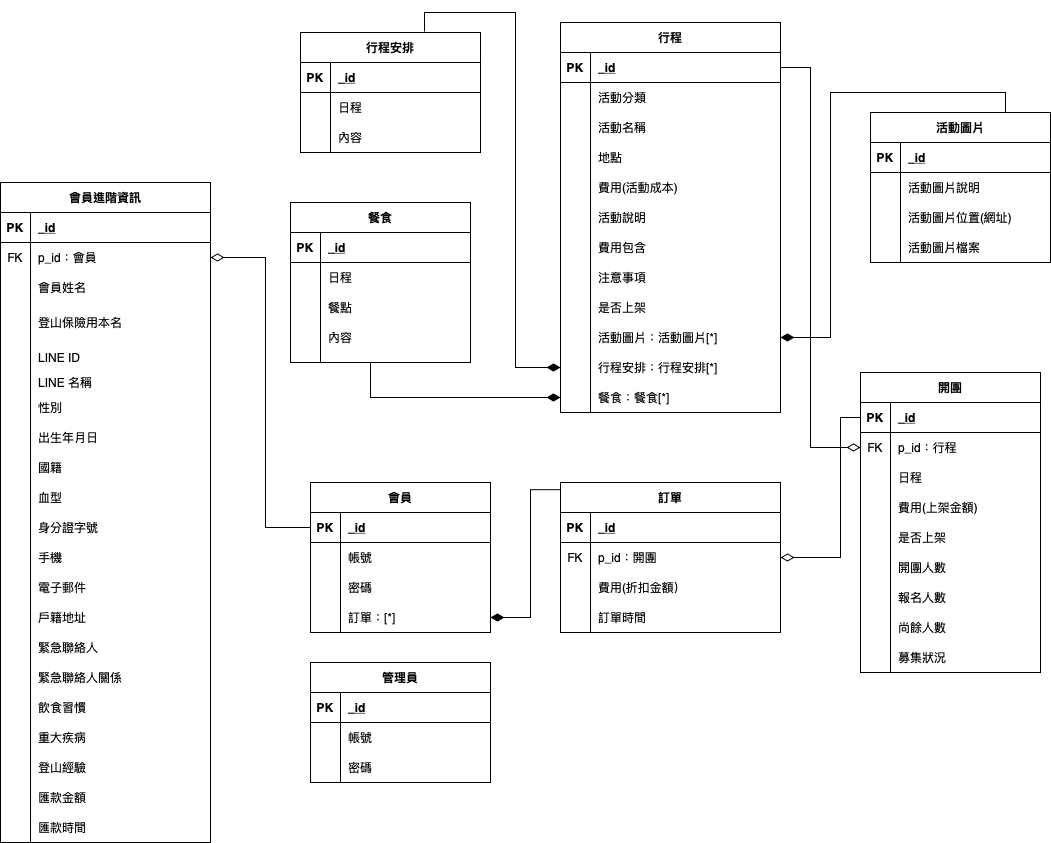
The draw.io diagram Untitled Diagram.png in Yizi-Yeh/MT-Databaseplanning, before a commit. Source tidied: cells renumbered, new cells last; positions are measured from the earlier drawing's top-left corner, leaving out a move shared by most shapes.
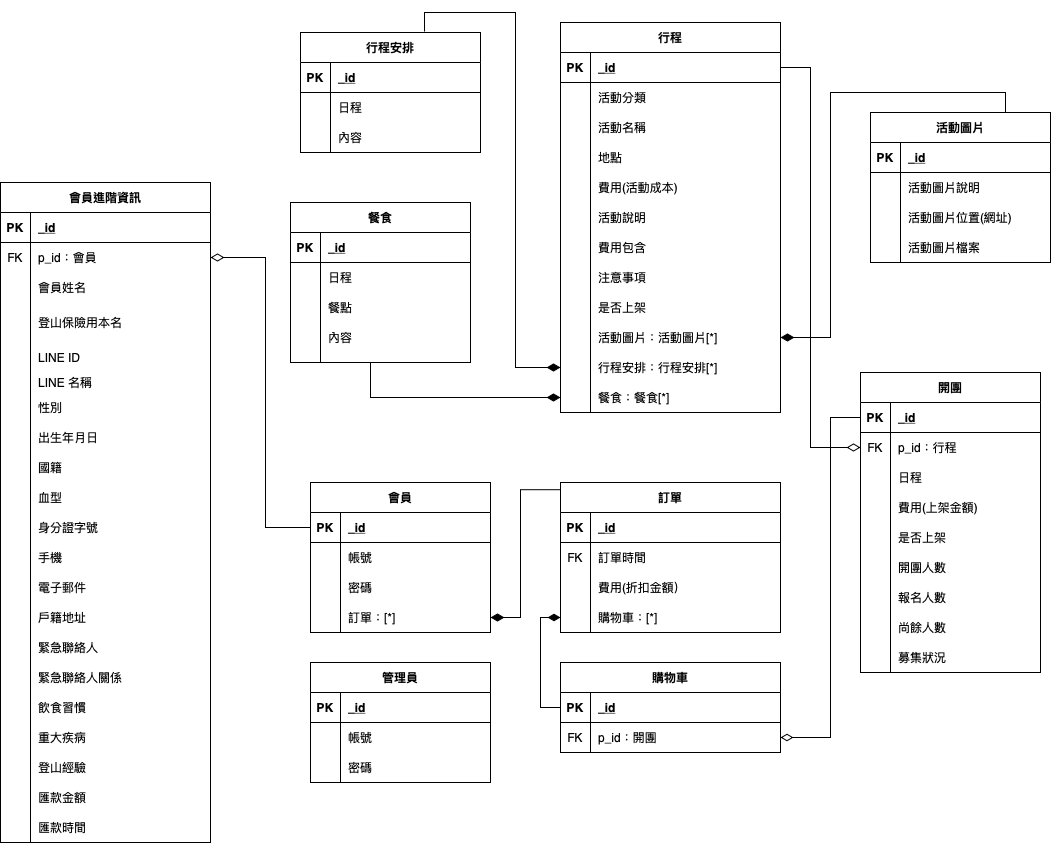
The same file after the commit.

Commit message:
資料庫規劃_R12.png

The edit, as a diff of the source:
```diff
@@ -362,7 +362,7 @@
     <mxCell id="121" value="FK" style="shape=partialRectangle;fillColor=none;top=0;left=0;bottom=0;right=0;overflow=hidden;" parent="120" vertex="1">
       <mxGeometry width="30" height="30" as="geometry" />
     </mxCell>
-    <mxCell id="122" value="p_id：開團" style="shape=partialRectangle;fillColor=none;top=0;left=0;bottom=0;right=0;align=left;spacingLeft=6;overflow=hidden;" parent="120" vertex="1">
+    <mxCell id="122" value="訂單時間" style="shape=partialRectangle;fillColor=none;top=0;left=0;bottom=0;right=0;align=left;spacingLeft=6;overflow=hidden;" parent="120" vertex="1">
       <mxGeometry x="30" width="190" height="30" as="geometry" />
     </mxCell>
     <mxCell id="123" style="shape=partialRectangle;fillColor=none;top=0;left=0;bottom=0;right=0;" parent="116" vertex="1">
@@ -380,7 +380,7 @@
     <mxCell id="127" style="shape=partialRectangle;fillColor=none;top=0;left=0;bottom=0;right=0;overflow=hidden;" parent="126" vertex="1">
       <mxGeometry width="30" height="30" as="geometry" />
     </mxCell>
-    <mxCell id="128" value="訂單時間" style="shape=partialRectangle;fillColor=none;top=0;left=0;bottom=0;right=0;align=left;spacingLeft=6;overflow=hidden;" parent="126" vertex="1">
+    <mxCell id="128" value="購物車：[*]" style="shape=partialRectangle;fillColor=none;top=0;left=0;bottom=0;right=0;align=left;spacingLeft=6;overflow=hidden;" parent="126" vertex="1">
       <mxGeometry x="30" width="190" height="30" as="geometry" />
     </mxCell>
     <mxCell id="129" style="edgeStyle=orthogonalEdgeStyle;rounded=0;jettySize=auto;html=1;entryX=1;entryY=0.5;entryDx=0;entryDy=0;startArrow=diamondThin;startFill=0;startSize=11;endArrow=none;endFill=0;endSize=10;strokeWidth=1;" parent="1" edge="1" source="43" target="3">
@@ -616,16 +616,13 @@
     <mxCell id="204" style="edgeStyle=orthogonalEdgeStyle;rounded=0;jettySize=auto;html=1;exitX=0;exitY=0.5;exitDx=0;exitDy=0;entryX=1;entryY=0.5;entryDx=0;entryDy=0;endArrow=diamondThin;endFill=0;strokeWidth=1;endSize=11;startArrow=none;startFill=0;sourcePerimeterSpacing=9;targetPerimeterSpacing=13;startSize=11;" parent="1" edge="1" source="104" target="144">
       <mxGeometry relative="1" as="geometry" />
     </mxCell>
-    <mxCell id="205" style="edgeStyle=orthogonalEdgeStyle;rounded=0;jettySize=auto;html=1;entryX=1;entryY=0.5;entryDx=0;entryDy=0;endArrow=diamondThin;endFill=0;startSize=11;jumpSize=14;strokeWidth=1;endSize=11;exitX=0;exitY=0.5;exitDx=0;exitDy=0;" parent="1" edge="1" source="40" target="120">
-      <mxGeometry relative="1" as="geometry">
-        <Array as="points">
-          <mxPoint x="840" y="395" />
-          <mxPoint x="840" y="535" />
-        </Array>
-      </mxGeometry>
-    </mxCell>
     <mxCell id="206" style="edgeStyle=orthogonalEdgeStyle;rounded=0;jumpSize=14;jettySize=auto;html=1;entryX=0;entryY=0.048;entryDx=0;entryDy=0;entryPerimeter=0;startArrow=diamondThin;startFill=1;startSize=11;sourcePerimeterSpacing=9;endArrow=none;endFill=0;endSize=11;targetPerimeterSpacing=13;strokeWidth=1;exitX=1;exitY=0.5;exitDx=0;exitDy=0;" parent="1" edge="1" source="113" target="116">
-      <mxGeometry relative="1" as="geometry" />
+      <mxGeometry relative="1" as="geometry">
+        <Array as="points">
+          <mxPoint x="520" y="595" />
+          <mxPoint x="520" y="467" />
+        </Array>
+      </mxGeometry>
     </mxCell>
     <mxCell id="207" style="edgeStyle=orthogonalEdgeStyle;rounded=0;jumpSize=14;jettySize=auto;html=1;entryX=0.689;entryY=-0.008;entryDx=0;entryDy=0;entryPerimeter=0;startArrow=diamondThin;startFill=1;startSize=11;sourcePerimeterSpacing=9;endArrow=none;endFill=0;endSize=11;targetPerimeterSpacing=13;strokeWidth=1;exitX=0;exitY=0.5;exitDx=0;exitDy=0;" parent="1" edge="1" source="33" target="67">
       <mxGeometry relative="1" as="geometry" />
@@ -638,5 +635,37 @@
     <mxCell id="209" style="edgeStyle=orthogonalEdgeStyle;rounded=0;jumpSize=14;jettySize=auto;html=1;entryX=0.75;entryY=0;entryDx=0;entryDy=0;startArrow=diamondThin;startFill=1;startSize=11;sourcePerimeterSpacing=9;endArrow=none;endFill=0;endSize=11;targetPerimeterSpacing=13;strokeWidth=1;exitX=1;exitY=0.5;exitDx=0;exitDy=0;" parent="1" edge="1" source="30" target="90">
       <mxGeometry relative="1" as="geometry" />
     </mxCell>
+    <mxCell id="210" value="購物車" style="shape=table;startSize=30;rowLines=0;fontStyle=1;align=center;fillColor=none;" parent="1" vertex="1">
+      <mxGeometry x="560" y="640" width="220" height="90" as="geometry" />
+    </mxCell>
+    <mxCell id="211" style="shape=partialRectangle;fillColor=none;top=0;left=0;bottom=1;right=0;points=[[0,0.5],[1,0.5]];portConstraint=eastwest;" parent="210" vertex="1">
+      <mxGeometry y="30" width="220" height="30" as="geometry" />
+    </mxCell>
+    <mxCell id="212" value="PK" style="shape=partialRectangle;fillColor=none;top=0;left=0;bottom=0;right=0;fontStyle=1;overflow=hidden;" parent="211" vertex="1">
+      <mxGeometry width="30" height="30" as="geometry" />
+    </mxCell>
+    <mxCell id="213" value="_id" style="shape=partialRectangle;fillColor=none;top=0;left=0;bottom=0;right=0;align=left;spacingLeft=6;fontStyle=5;overflow=hidden;" parent="211" vertex="1">
+      <mxGeometry x="30" width="190" height="30" as="geometry" />
+    </mxCell>
+    <mxCell id="214" style="shape=partialRectangle;fillColor=none;top=0;left=0;bottom=0;right=0;points=[[0,0.5],[1,0.5]];portConstraint=eastwest;" parent="210" vertex="1">
+      <mxGeometry y="60" width="220" height="30" as="geometry" />
+    </mxCell>
+    <mxCell id="215" value="FK" style="shape=partialRectangle;fillColor=none;top=0;left=0;bottom=0;right=0;overflow=hidden;" parent="214" vertex="1">
+      <mxGeometry width="30" height="30" as="geometry" />
+    </mxCell>
+    <mxCell id="216" value="p_id：開團" style="shape=partialRectangle;fillColor=none;top=0;left=0;bottom=0;right=0;align=left;spacingLeft=6;overflow=hidden;" parent="214" vertex="1">
+      <mxGeometry x="30" width="190" height="30" as="geometry" />
+    </mxCell>
+    <mxCell id="217" style="edgeStyle=orthogonalEdgeStyle;rounded=0;jettySize=auto;html=1;entryX=1;entryY=0.5;entryDx=0;entryDy=0;endArrow=diamondThin;endFill=0;startSize=11;jumpSize=9;endSize=10;" parent="1" edge="1" source="40" target="214">
+      <mxGeometry relative="1" as="geometry">
+        <Array as="points">
+          <mxPoint x="830" y="395" />
+          <mxPoint x="830" y="715" />
+        </Array>
+      </mxGeometry>
+    </mxCell>
+    <mxCell id="218" style="edgeStyle=orthogonalEdgeStyle;rounded=0;jumpSize=9;jettySize=auto;html=1;entryX=0;entryY=0.5;entryDx=0;entryDy=0;startSize=11;endArrow=diamondThin;endFill=1;endSize=10;" parent="1" edge="1" source="211" target="126">
+      <mxGeometry relative="1" as="geometry" />
+    </mxCell>
   </root>
 </mxGraphModel>
```
